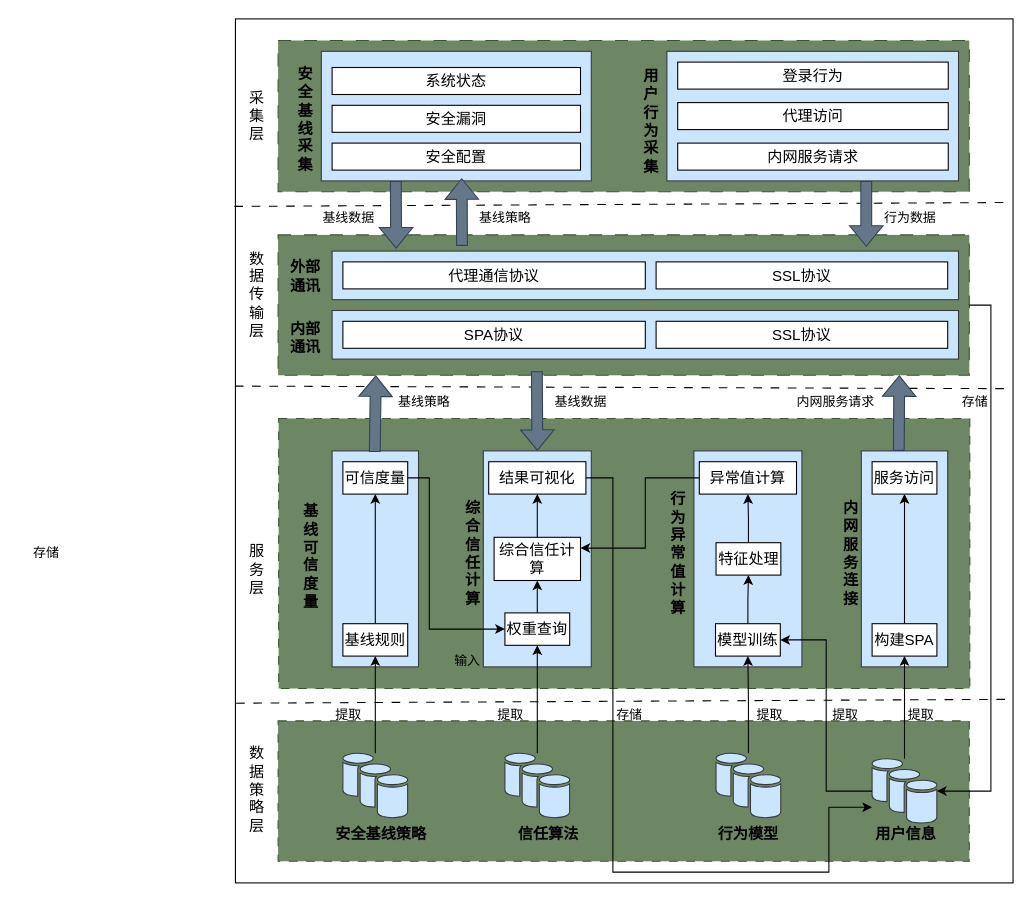
Earlier version of the draw.io diagram testDirectory/零信任可信接入系统架构图.drawio (Moose1273/-). Source tidied: cells renumbered, new cells numbered last; positions are measured from the earlier drawing's top-left corner, leaving out a move shared by most shapes. Both pictures are drawn from the tidied source at 108%, with x=0, y=0 at pixel (18, 18).
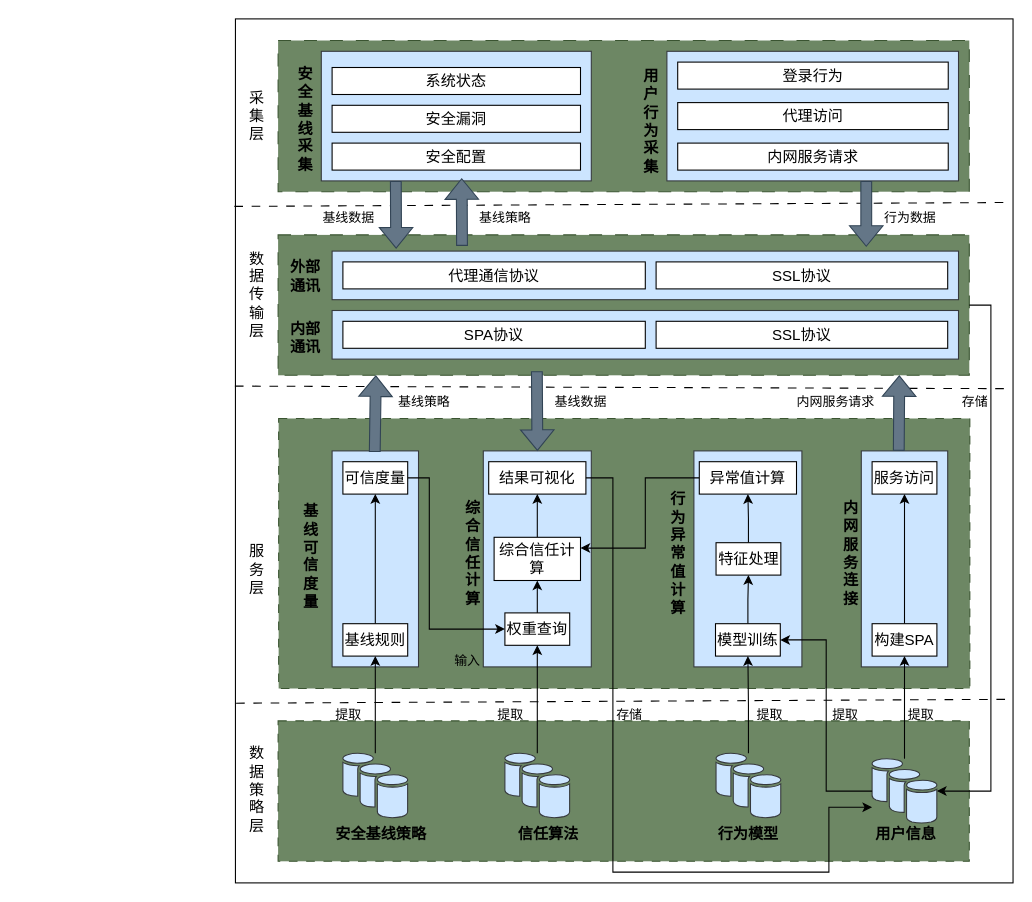
The same diagram, later.

Commit message:
更新零信任可信接入系统架构图.drawio

Diff of the diagram source:
```diff
@@
-    <mxCell id="92" value="存储" style="text;html=1;align=center;verticalAlign=middle;strokeColor=none;fillColor=none;" parent="1" vertex="1">
-      <mxGeometry y="480" width="50" height="30" as="geometry" />
-    </mxCell>
```
